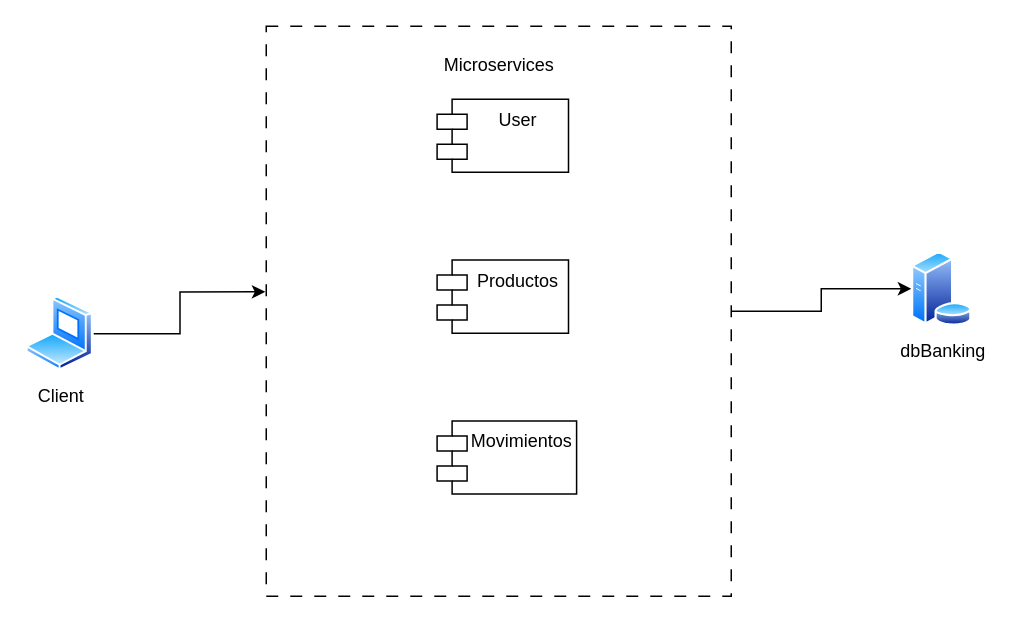
Before: Diagrama de arquitectura.drawio in Bootcamp49/Diagrams, a draw.io diagram. Source tidied: cells renumbered, new cells numbered last; positions are measured from the earlier drawing's top-left corner, leaving out a move shared by most shapes. Both pictures are drawn from the tidied source at 150%, with x=0, y=0 at pixel (26, 26).
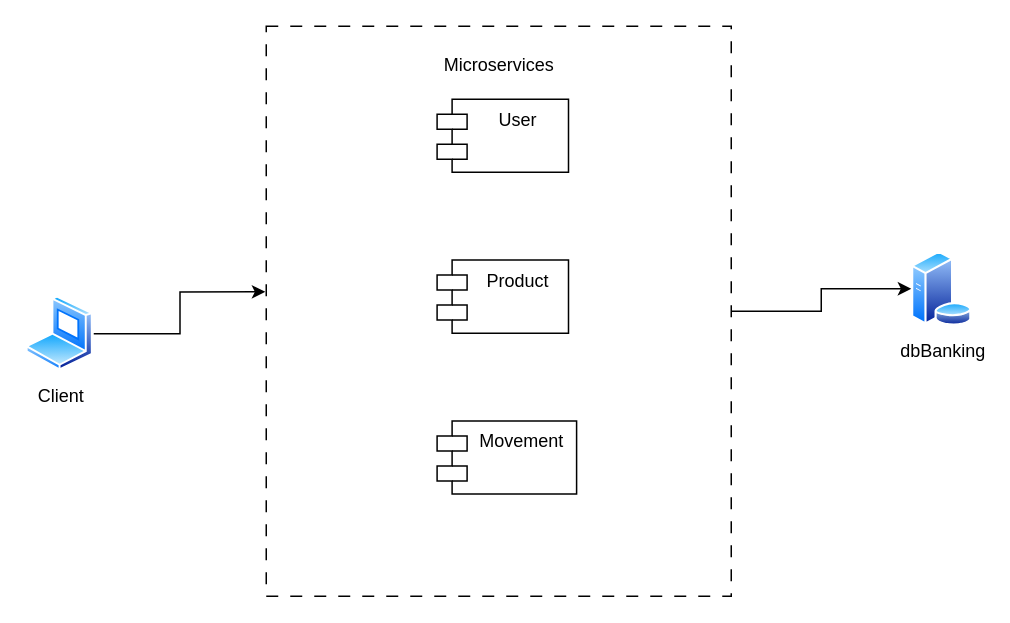
Above is the later version.

Commit message (it also covers changes not shown here):
Updated architecture diagram

What changed in the source:
```diff
@@
 <mxGraphModel>
   <root>
     <mxCell id="0" />
     <mxCell id="1" parent="0" />
     <mxCell id="2" value="Client" style="image;perimeter=ellipsePerimeter;html=1;align=center;shadow=0;dashed=0;spacingTop=3;image=img/lib/active_directory/laptop_client.svg;" parent="1" vertex="1">
       <mxGeometry y="180" width="45" height="50" as="geometry" />
     </mxCell>
     <mxCell id="3" value="dbBanking" style="image;perimeter=ellipsePerimeter;html=1;align=center;shadow=0;dashed=0;spacingTop=3;image=img/lib/active_directory/database_server.svg;" parent="1" vertex="1">
       <mxGeometry x="590" y="150" width="41" height="50" as="geometry" />
     </mxCell>
     <mxCell id="4" style="group;" parent="1" vertex="1">
       <mxGeometry x="160" width="310" height="380" as="geometry" />
     </mxCell>
     <mxCell id="5" style="rounded=0;whiteSpace=wrap;html=1;dashed=1;dashPattern=8 8;" parent="4" vertex="1">
       <mxGeometry width="310" height="380" as="geometry" />
     </mxCell>
     <mxCell id="6" value="Microservices" style="text;html=1;strokeColor=none;fillColor=none;align=center;verticalAlign=middle;whiteSpace=wrap;rounded=0;" parent="4" vertex="1">
       <mxGeometry x="118.5" y="10.3" width="72.9" height="30.8" as="geometry" />
     </mxCell>
     <mxCell id="7" value="User" style="shape=module;align=left;spacingLeft=20;align=center;verticalAlign=top;whiteSpace=wrap;html=1;" parent="4" vertex="1">
       <mxGeometry x="113.9" y="48.7" width="87.6" height="48.7" as="geometry" />
     </mxCell>
-    <mxCell id="8" value="Movimientos" style="shape=module;align=left;spacingLeft=20;align=center;verticalAlign=top;whiteSpace=wrap;html=1;" parent="4" vertex="1">
+    <mxCell id="8" value="Movement" style="shape=module;align=left;spacingLeft=20;align=center;verticalAlign=top;whiteSpace=wrap;html=1;" parent="4" vertex="1">
       <mxGeometry x="113.9" y="263.1" width="93" height="48.7" as="geometry" />
     </mxCell>
-    <mxCell id="9" value="Productos" style="shape=module;align=left;spacingLeft=20;align=center;verticalAlign=top;whiteSpace=wrap;html=1;" parent="4" vertex="1">
+    <mxCell id="9" value="Product" style="shape=module;align=left;spacingLeft=20;align=center;verticalAlign=top;whiteSpace=wrap;html=1;" parent="4" vertex="1">
       <mxGeometry x="113.9" y="155.9" width="87.6" height="48.7" as="geometry" />
     </mxCell>
     <mxCell id="10" style="edgeStyle=orthogonalEdgeStyle;rounded=0;jettySize=auto;html=1;entryX=-0.002;entryY=0.466;entryDx=0;entryDy=0;entryPerimeter=0;" parent="1" edge="1" source="2" target="5">
       <mxGeometry relative="1" as="geometry" />
     </mxCell>
     <mxCell id="11" style="edgeStyle=orthogonalEdgeStyle;rounded=0;jettySize=auto;html=1;" parent="1" edge="1" source="5" target="3">
       <mxGeometry relative="1" as="geometry" />
     </mxCell>
   </root>
 </mxGraphModel>
```
